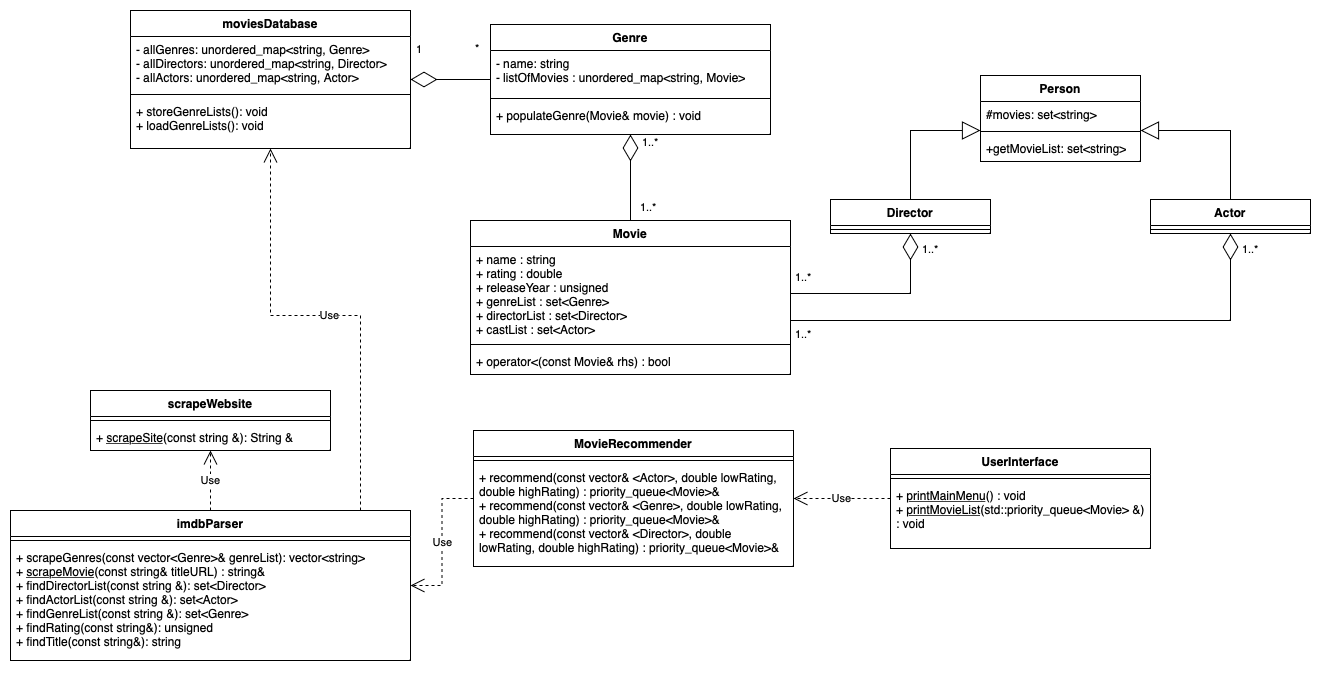
Before: Design Documents/UML Class Diagram.png, a diagram exported from draw.io (dzshao/CineFile). Source tidied: cells renumbered, new cells last; positions are measured from the earlier drawing's top-left corner, leaving out a move shared by most shapes.
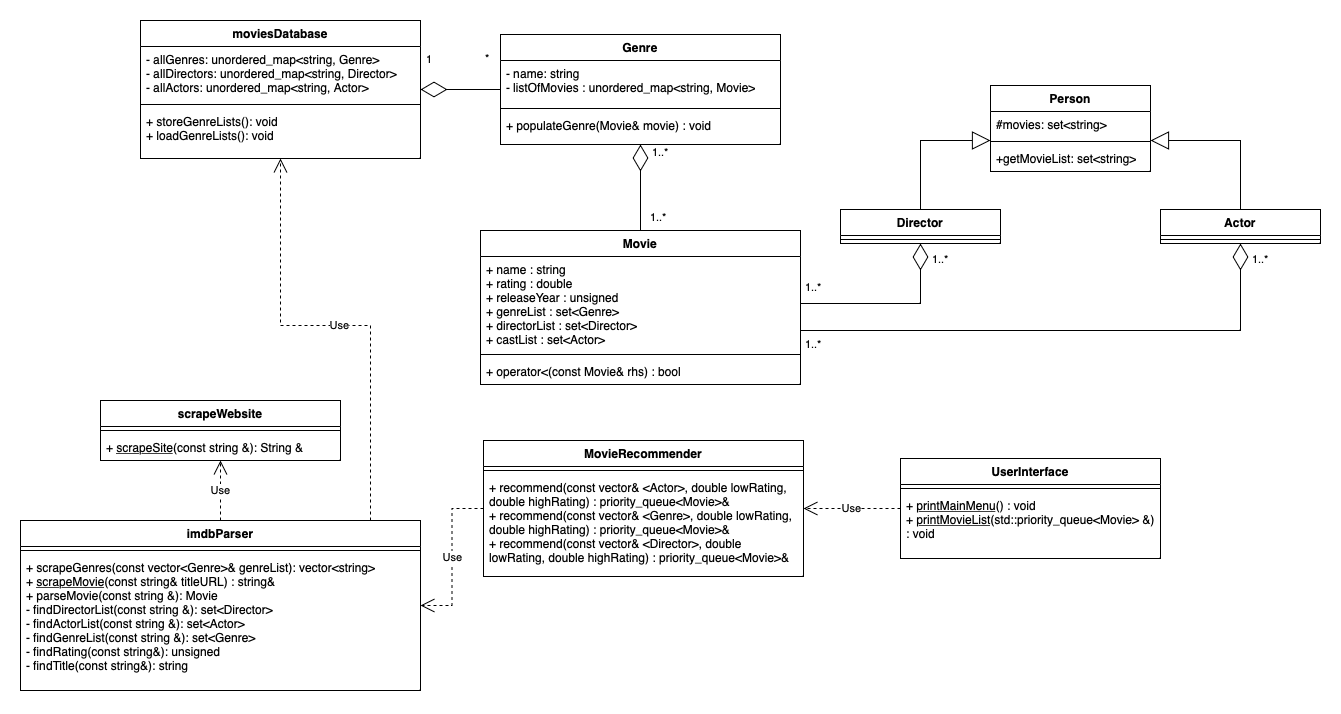
After the commit.

Commit message:
Updated UML class diagram

Diff of the diagram source:
```diff
@@ -12,13 +12,13 @@
       <mxGeometry y="34" width="240" height="26" as="geometry" />
     </mxCell>
     <mxCell id="5" value="imdbParser" style="swimlane;fontStyle=1;align=center;verticalAlign=top;horizontal=1;startSize=26;whiteSpace=wrap;html=1;" parent="1" vertex="1">
-      <mxGeometry y="500" width="400" height="150" as="geometry" />
+      <mxGeometry y="500" width="400" height="170" as="geometry" />
     </mxCell>
     <mxCell id="6" style="line;strokeWidth=1;fillColor=none;align=left;verticalAlign=middle;spacingTop=-1;spacingLeft=3;spacingRight=3;labelPosition=right;strokeColor=inherit;" parent="5" vertex="1">
       <mxGeometry y="26" width="400" height="8" as="geometry" />
     </mxCell>
-    <mxCell id="7" value="+ scrapeGenres(const vector&amp;lt;Genre&amp;gt;&amp;amp; genreList): vector&amp;lt;string&amp;gt;&lt;br&gt;+ &lt;u&gt;scrapeMovie&lt;/u&gt;(const string&amp;amp; titleURL) : string&amp;amp;&lt;br&gt;&lt;span id=&quot;docs-internal-guid-ddfb0b3d-7fff-8df2-92ae-f0cd53066be5&quot;&gt;&lt;/span&gt;&lt;span id=&quot;docs-internal-guid-843b13eb-7fff-01cc-6c29-d7cb26094bbc&quot;&gt;&lt;/span&gt;&lt;span id=&quot;docs-internal-guid-843b13eb-7fff-01cc-6c29-d7cb26094bbc&quot;&gt;&lt;/span&gt;&lt;span id=&quot;docs-internal-guid-843b13eb-7fff-01cc-6c29-d7cb26094bbc&quot;&gt;&lt;/span&gt;&lt;span id=&quot;docs-internal-guid-843b13eb-7fff-01cc-6c29-d7cb26094bbc&quot;&gt;&lt;/span&gt;+ findDirectorList(const string &amp;amp;): set&amp;lt;Director&amp;gt;&lt;br&gt;+ findActorList(const string &amp;amp;): set&amp;lt;Actor&amp;gt;&lt;br&gt;+ findGenreList(const string &amp;amp;): set&amp;lt;Genre&amp;gt;&lt;br&gt;+ findRating(const string&amp;amp;): unsigned&lt;br&gt;+ findTitle(const string&amp;amp;): string" style="text;strokeColor=none;fillColor=none;align=left;verticalAlign=top;spacingLeft=4;spacingRight=4;overflow=hidden;whiteSpace=wrap;html=1;" parent="5" vertex="1">
-      <mxGeometry y="34" width="400" height="116" as="geometry" />
+    <mxCell id="7" value="+ scrapeGenres(const vector&amp;lt;Genre&amp;gt;&amp;amp; genreList): vector&amp;lt;string&amp;gt;&lt;br&gt;+ &lt;u&gt;scrapeMovie&lt;/u&gt;(const string&amp;amp; titleURL) : string&amp;amp;&lt;br&gt;+ parseMovie(const string &amp;amp;): Movie&lt;br&gt;- findDirectorList(const string &amp;amp;): set&amp;lt;Director&amp;gt;&lt;br&gt;- findActorList(const string &amp;amp;): set&amp;lt;Actor&amp;gt;&lt;br&gt;- findGenreList(const string &amp;amp;): set&amp;lt;Genre&amp;gt;&lt;br&gt;- findRating(const string&amp;amp;): unsigned&lt;br&gt;- findTitle(const string&amp;amp;): string&lt;br&gt;" style="text;strokeColor=none;fillColor=none;align=left;verticalAlign=top;spacingLeft=4;spacingRight=4;overflow=hidden;whiteSpace=wrap;html=1;" parent="5" vertex="1">
+      <mxGeometry y="34" width="400" height="136" as="geometry" />
     </mxCell>
     <mxCell id="8" value="moviesDatabase" style="swimlane;fontStyle=1;align=center;verticalAlign=top;horizontal=1;startSize=26;whiteSpace=wrap;html=1;" parent="1" vertex="1">
       <mxGeometry x="120" width="280" height="138" as="geometry" />
```
